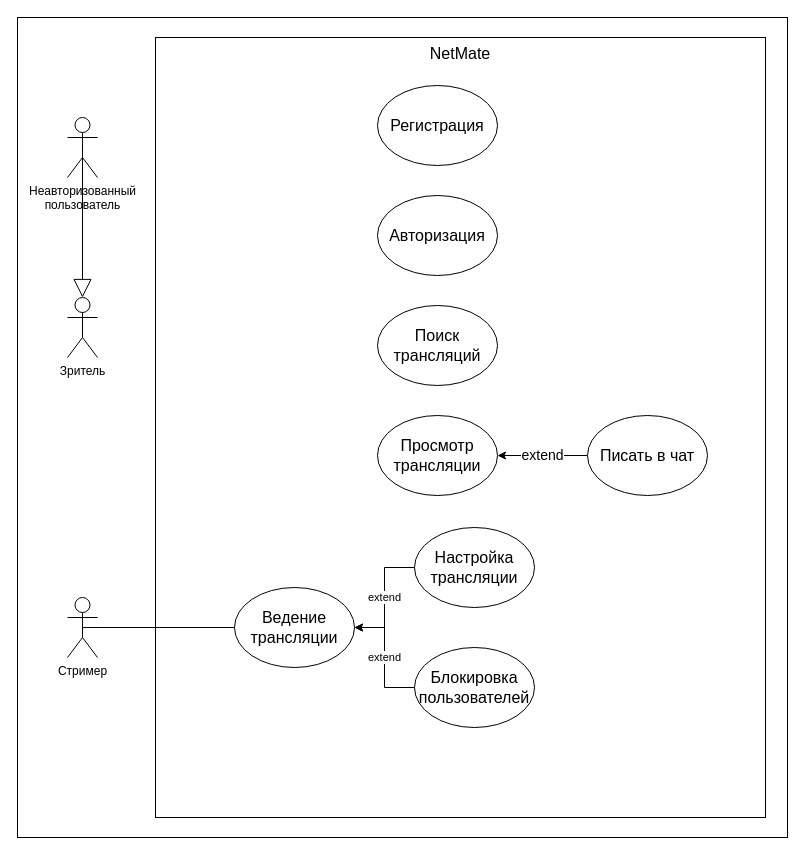
This is Курсовая Работа/Определение требований/Варианты использования.drawio from FaceMan01/Homework, a draw.io file, before an edit. Source tidied: cells renumbered, new cells numbered last; positions are measured from the earlier drawing's top-left corner, leaving out a move shared by most shapes. Both pictures are drawn from the tidied source at 100%, with x=0, y=0 at pixel (17, 17).
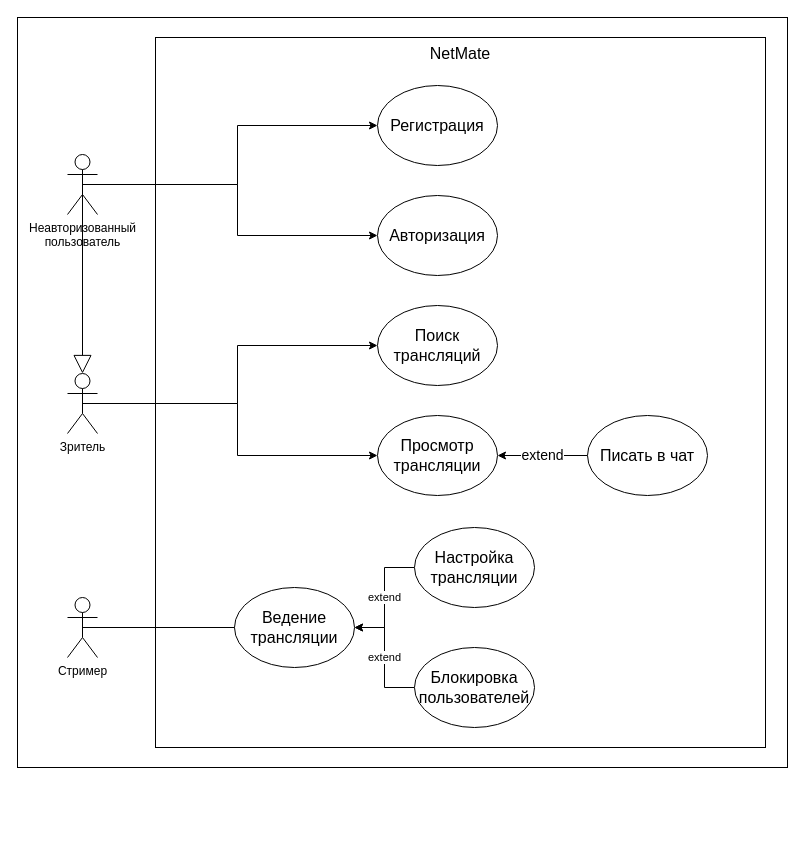
The same diagram, later.

The change refers to these unchanged cells:
```xml
<mxCell id="6" value="&lt;font style=&quot;font-size: 16px;&quot;&gt;Поиск трансляций&lt;/font&gt;" style="ellipse;whiteSpace=wrap;html=1;" parent="1" vertex="1">
  <mxGeometry x="360" y="288" width="120" height="80" as="geometry" />
</mxCell>
<mxCell id="10" value="&lt;span style=&quot;font-size: 16px;&quot;&gt;Просмотр трансляции&lt;/span&gt;" style="ellipse;whiteSpace=wrap;html=1;" parent="1" vertex="1">
  <mxGeometry x="360" y="398" width="120" height="80" as="geometry" />
</mxCell>
<mxCell id="14" value="&lt;span style=&quot;font-size: 16px;&quot;&gt;Авторизация&lt;/span&gt;" style="ellipse;whiteSpace=wrap;html=1;" parent="1" vertex="1">
  <mxGeometry x="360" y="178" width="120" height="80" as="geometry" />
</mxCell>
<mxCell id="15" value="&lt;span style=&quot;font-size: 16px;&quot;&gt;Регистрация&lt;/span&gt;" style="ellipse;whiteSpace=wrap;html=1;" parent="1" vertex="1">
  <mxGeometry x="360" y="68" width="120" height="80" as="geometry" />
</mxCell>
```

Diff of the diagram source:
```diff
@@
     <mxCell id="2" style="rounded=0;whiteSpace=wrap;html=1;" parent="1" vertex="1">
-      <mxGeometry width="770" height="820" as="geometry" />
+      <mxGeometry width="770" height="750" as="geometry" />
     </mxCell>
     <mxCell id="3" value="&lt;span style=&quot;font-size: 16px;&quot;&gt;NetMate&lt;/span&gt;" style="rounded=0;whiteSpace=wrap;html=1;fillColor=none;horizontal=1;verticalAlign=top;" parent="1" vertex="1">
-      <mxGeometry x="138" y="20" width="610" height="780" as="geometry" />
+      <mxGeometry x="138" y="20" width="610" height="710" as="geometry" />
     </mxCell>
+    <mxCell id="20" style="edgeStyle=orthogonalEdgeStyle;rounded=0;jettySize=auto;html=1;exitX=0.5;exitY=0.5;exitDx=0;exitDy=0;exitPerimeter=0;entryX=0;entryY=0.5;entryDx=0;entryDy=0;" parent="1" edge="1" source="4" target="6">
+      <mxGeometry relative="1" as="geometry" />
+    </mxCell>
+    <mxCell id="21" style="edgeStyle=orthogonalEdgeStyle;rounded=0;jettySize=auto;html=1;exitX=0.5;exitY=0.5;exitDx=0;exitDy=0;exitPerimeter=0;entryX=0;entryY=0.5;entryDx=0;entryDy=0;" parent="1" edge="1" source="4" target="10">
+      <mxGeometry relative="1" as="geometry" />
+    </mxCell>
     <mxCell id="4" value="Зритель" style="shape=umlActor;verticalLabelPosition=bottom;verticalAlign=top;html=1;outlineConnect=0;" parent="1" vertex="1">
-      <mxGeometry x="50" y="280" width="30" height="60" as="geometry" />
+      <mxGeometry x="50" y="356" width="30" height="60" as="geometry" />
     </mxCell>
@@
+    <mxCell id="22" style="edgeStyle=orthogonalEdgeStyle;rounded=0;jettySize=auto;html=1;exitX=0.5;exitY=0.5;exitDx=0;exitDy=0;exitPerimeter=0;" parent="1" edge="1" source="18" target="15">
+      <mxGeometry relative="1" as="geometry" />
+    </mxCell>
+    <mxCell id="23" style="edgeStyle=orthogonalEdgeStyle;rounded=0;jettySize=auto;html=1;exitX=0.5;exitY=0.5;exitDx=0;exitDy=0;exitPerimeter=0;entryX=0;entryY=0.5;entryDx=0;entryDy=0;" parent="1" edge="1" source="18" target="14">
+      <mxGeometry relative="1" as="geometry" />
+    </mxCell>
     <mxCell id="18" value="Неавторизованный&lt;div&gt;пользователь&lt;/div&gt;" style="shape=umlActor;verticalLabelPosition=bottom;verticalAlign=top;html=1;outlineConnect=0;" parent="1" vertex="1">
-      <mxGeometry x="50" y="100" width="30" height="60" as="geometry" />
+      <mxGeometry x="50" y="137" width="30" height="60" as="geometry" />
     </mxCell>
```
